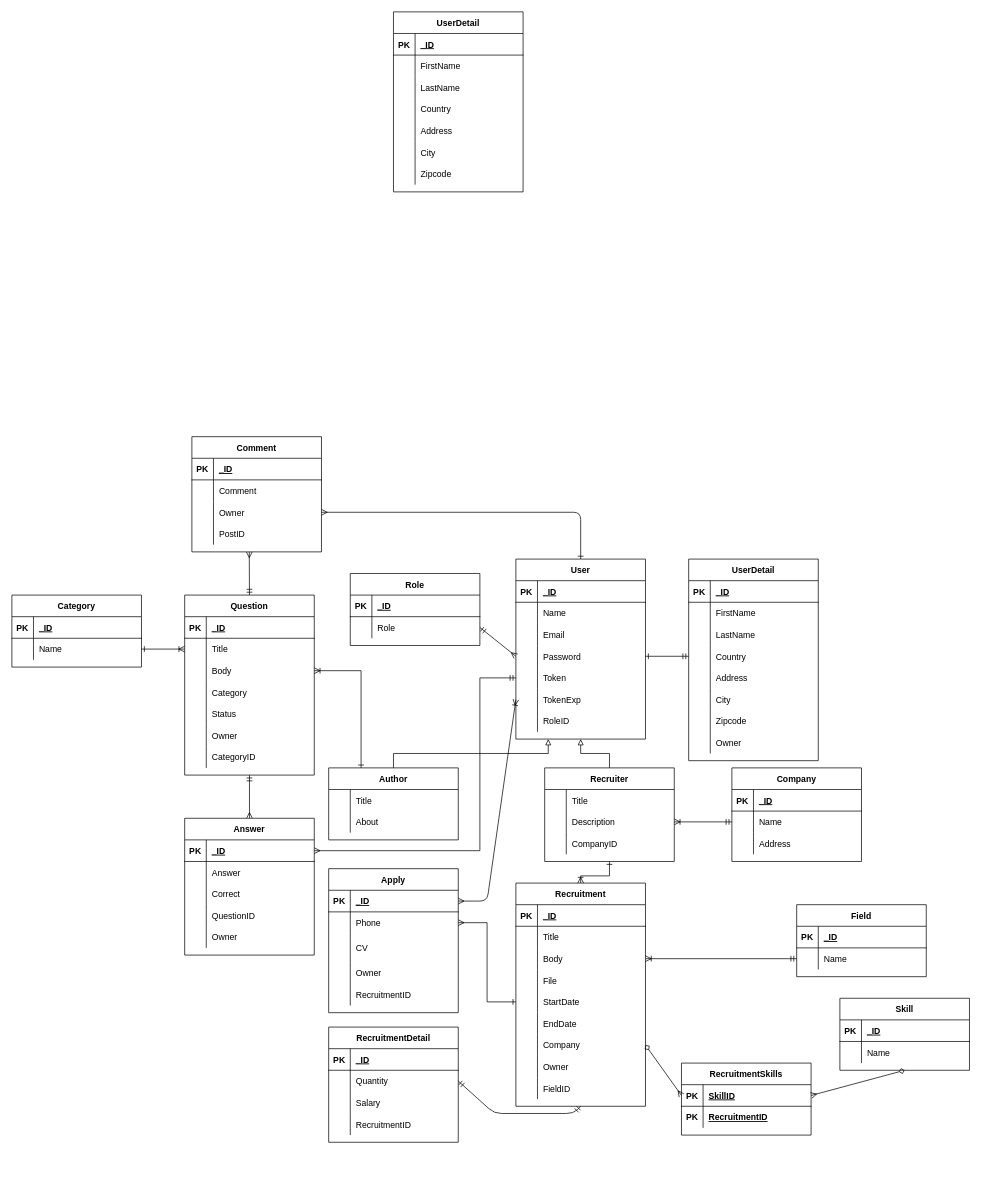
GuysKapen/ForumWeb keeps this draw.io diagram as page "PDM" (2 of 2) of schema.drawio. Above is the earlier version. Source tidied: cells renumbered, new cells numbered last; positions are measured from the earlier drawing's top-left corner, leaving out a move shared by most shapes. Both pictures are drawn from the tidied source at 72%, with x=0, y=0 at pixel (12, 12).
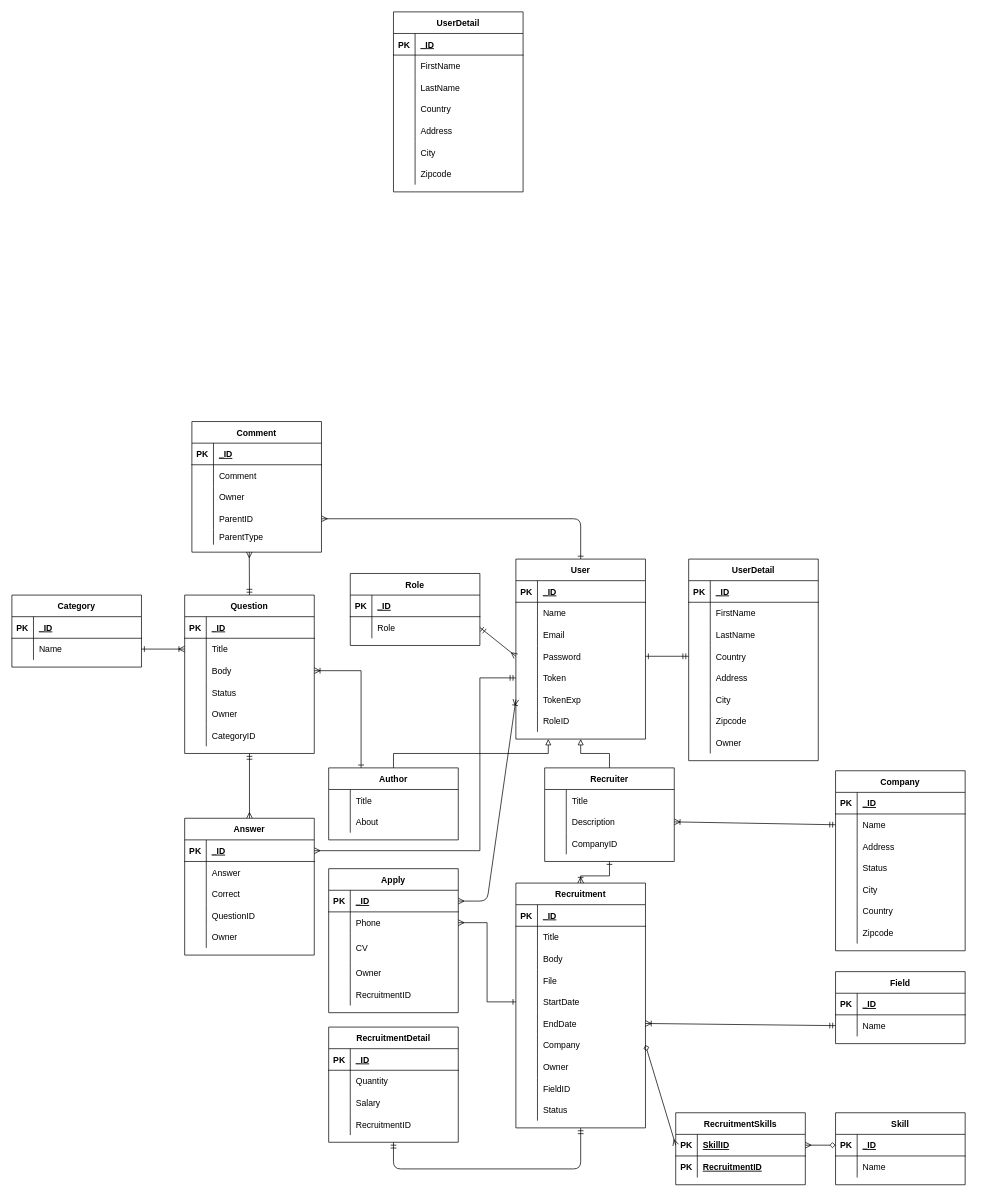
Above is the later version.

Unchanged cells that the change refers to:
```xml
<mxCell id="3" value="User" style="shape=table;startSize=30;childLayout=tableLayout;rowLines=0;fontStyle=1;align=center;" parent="1" vertex="1">
  <mxGeometry x="700" y="760" width="180" height="250" as="geometry" />
</mxCell>
<mxCell id="52" style="shape=partialRectangle;fillColor=none;top=0;left=0;bottom=1;right=0;points=[[0,0.5],[1,0.5]];portConstraint=eastwest;" parent="51" vertex="1">
  <mxGeometry y="30" width="180" height="30" as="geometry" />
</mxCell>
<mxCell id="62" style="shape=partialRectangle;fillColor=none;top=0;left=0;bottom=0;right=0;points=[[0,0.5],[1,0.5]];portConstraint=eastwest;" parent="58" vertex="1">
  <mxGeometry y="60" width="180" height="30" as="geometry" />
</mxCell>
<mxCell id="115" style="shape=partialRectangle;fillColor=none;top=0;left=0;bottom=0;right=0;points=[[0,0.5],[1,0.5]];portConstraint=eastwest;" parent="108" vertex="1">
  <mxGeometry y="90" width="180" height="30" as="geometry" />
</mxCell>
<mxCell id="124" style="shape=partialRectangle;fillColor=none;top=0;left=0;bottom=0;right=0;points=[[0,0.5],[1,0.5]];portConstraint=eastwest;" parent="108" vertex="1">
  <mxGeometry y="180" width="180" height="30" as="geometry" />
</mxCell>
<mxCell id="143" style="shape=partialRectangle;fillColor=none;top=0;left=0;bottom=0;right=0;points=[[0,0.5],[1,0.5]];portConstraint=eastwest;" parent="136" vertex="1">
  <mxGeometry y="90" width="180" height="30" as="geometry" />
</mxCell>
<mxCell id="146" style="shape=partialRectangle;fillColor=none;top=0;left=0;bottom=0;right=0;points=[[0,0.5],[1,0.5]];portConstraint=eastwest;" parent="136" vertex="1">
  <mxGeometry y="120" width="180" height="30" as="geometry" />
</mxCell>
<mxCell id="220" value="RecruitmentDetail" style="shape=table;startSize=30;childLayout=tableLayout;rowLines=0;fontStyle=1;align=center;" parent="1" vertex="1">
  <mxGeometry x="440" y="1410" width="180" height="160" as="geometry" />
</mxCell>
<mxCell id="224" style="shape=partialRectangle;fillColor=none;top=0;left=0;bottom=0;right=0;points=[[0,0.5],[1,0.5]];portConstraint=eastwest;" parent="220" vertex="1">
  <mxGeometry y="60" width="180" height="30" as="geometry" />
</mxCell>
<mxCell id="237" style="shape=partialRectangle;fillColor=none;top=0;left=0;bottom=1;right=0;points=[[0,0.5],[1,0.5]];portConstraint=eastwest;" parent="236" vertex="1">
  <mxGeometry y="30" width="180" height="30" as="geometry" />
</mxCell>
```

The edit, as a diff of the source:
```diff
@@
-    <mxCell id="2" style="edgeStyle=none;html=1;exitX=0.5;exitY=0;exitDx=0;exitDy=0;entryX=1;entryY=0.5;entryDx=0;entryDy=0;startArrow=ERone;startFill=0;endArrow=ERmany;endFill=0;" parent="1" edge="1" source="3" target="143">
+    <mxCell id="2" style="edgeStyle=none;html=1;exitX=0.5;exitY=0;exitDx=0;exitDy=0;entryX=1;entryY=0.5;entryDx=0;entryDy=0;startArrow=ERone;startFill=0;endArrow=ERmany;endFill=0;" parent="1" edge="1" source="3" target="146">
       <mxGeometry relative="1" as="geometry">
         <Array as="points">
-          <mxPoint x="790" y="695" />
+          <mxPoint x="790" y="704" />
         </Array>
       </mxGeometry>
     </mxCell>
@@
     <mxCell id="51" value="Skill" style="shape=table;startSize=30;childLayout=tableLayout;rowLines=0;fontStyle=1;align=center;" parent="1" vertex="1">
-      <mxGeometry x="1150" y="1370" width="180" height="100" as="geometry" />
+      <mxGeometry x="1144" y="1529" width="180" height="100" as="geometry" />
     </mxCell>
@@
     <mxCell id="58" value="Field" style="shape=table;startSize=30;childLayout=tableLayout;rowLines=0;fontStyle=1;align=center;" parent="1" vertex="1">
-      <mxGeometry x="1090" y="1240" width="180" height="100" as="geometry" />
+      <mxGeometry x="1144" y="1333" width="180" height="100" as="geometry" />
     </mxCell>
@@
     <mxCell id="72" value="Company" style="shape=table;startSize=30;childLayout=tableLayout;rowLines=0;fontStyle=1;align=center;" parent="1" vertex="1">
-      <mxGeometry x="1000" y="1050" width="180" height="130" as="geometry" />
+      <mxGeometry x="1144" y="1054" width="180" height="250" as="geometry" />
     </mxCell>
@@
+    <mxCell id="94" style="shape=partialRectangle;fillColor=none;top=0;left=0;bottom=0;right=0;" parent="72" vertex="1">
+      <mxGeometry y="120" width="180" height="30" as="geometry" />
+    </mxCell>
+    <mxCell id="262" style="shape=partialRectangle;fillColor=none;top=0;left=0;bottom=0;right=0;overflow=hidden;" parent="94" vertex="1">
+      <mxGeometry width="30" height="30" as="geometry" />
+    </mxCell>
+    <mxCell id="263" value="Status" style="shape=partialRectangle;fillColor=none;top=0;left=0;bottom=0;right=0;align=left;spacingLeft=6;overflow=hidden;" parent="94" vertex="1">
+      <mxGeometry x="30" width="150" height="30" as="geometry" />
+    </mxCell>
+    <mxCell id="264" style="shape=partialRectangle;fillColor=none;top=0;left=0;bottom=0;right=0;" parent="72" vertex="1">
+      <mxGeometry y="150" width="180" height="30" as="geometry" />
+    </mxCell>
+    <mxCell id="265" style="shape=partialRectangle;fillColor=none;top=0;left=0;bottom=0;right=0;overflow=hidden;" parent="264" vertex="1">
+      <mxGeometry width="30" height="30" as="geometry" />
+    </mxCell>
+    <mxCell id="266" value="City" style="shape=partialRectangle;fillColor=none;top=0;left=0;bottom=0;right=0;align=left;spacingLeft=6;overflow=hidden;" parent="264" vertex="1">
+      <mxGeometry x="30" width="150" height="30" as="geometry" />
+    </mxCell>
+    <mxCell id="267" style="shape=partialRectangle;fillColor=none;top=0;left=0;bottom=0;right=0;" parent="72" vertex="1">
+      <mxGeometry y="180" width="180" height="30" as="geometry" />
+    </mxCell>
+    <mxCell id="268" style="shape=partialRectangle;fillColor=none;top=0;left=0;bottom=0;right=0;overflow=hidden;" parent="267" vertex="1">
+      <mxGeometry width="30" height="30" as="geometry" />
+    </mxCell>
+    <mxCell id="269" value="Country" style="shape=partialRectangle;fillColor=none;top=0;left=0;bottom=0;right=0;align=left;spacingLeft=6;overflow=hidden;" parent="267" vertex="1">
+      <mxGeometry x="30" width="150" height="30" as="geometry" />
+    </mxCell>
+    <mxCell id="270" style="shape=partialRectangle;fillColor=none;top=0;left=0;bottom=0;right=0;" parent="72" vertex="1">
+      <mxGeometry y="210" width="180" height="30" as="geometry" />
+    </mxCell>
+    <mxCell id="271" style="shape=partialRectangle;fillColor=none;top=0;left=0;bottom=0;right=0;overflow=hidden;" parent="270" vertex="1">
+      <mxGeometry width="30" height="30" as="geometry" />
+    </mxCell>
+    <mxCell id="272" value="Zipcode" style="shape=partialRectangle;fillColor=none;top=0;left=0;bottom=0;right=0;align=left;spacingLeft=6;overflow=hidden;" parent="270" vertex="1">
+      <mxGeometry x="30" width="150" height="30" as="geometry" />
+    </mxCell>
@@
     <mxCell id="84" value="Question" style="shape=table;startSize=30;childLayout=tableLayout;rowLines=0;fontStyle=1;align=center;" parent="1" vertex="1">
-      <mxGeometry x="240" y="810" width="180" height="250" as="geometry" />
+      <mxGeometry x="240" y="810" width="180" height="220" as="geometry" />
     </mxCell>
@@
-    <mxCell id="94" style="shape=partialRectangle;fillColor=none;top=0;left=0;bottom=0;right=0;" parent="84" vertex="1">
-      <mxGeometry y="120" width="180" height="30" as="geometry" />
-    </mxCell>
-    <mxCell id="95" style="shape=partialRectangle;fillColor=none;top=0;left=0;bottom=0;right=0;overflow=hidden;" parent="94" vertex="1">
-      <mxGeometry width="30" height="30" as="geometry" />
-    </mxCell>
-    <mxCell id="96" value="Category" style="shape=partialRectangle;fillColor=none;top=0;left=0;bottom=0;right=0;align=left;spacingLeft=6;overflow=hidden;" parent="94" vertex="1">
-      <mxGeometry x="30" width="150" height="30" as="geometry" />
-    </mxCell>
     <mxCell id="97" style="shape=partialRectangle;fillColor=none;top=0;left=0;bottom=0;right=0;" parent="84" vertex="1">
-      <mxGeometry y="150" width="180" height="30" as="geometry" />
+      <mxGeometry y="120" width="180" height="30" as="geometry" />
     </mxCell>
@@
     <mxCell id="100" style="shape=partialRectangle;fillColor=none;top=0;left=0;bottom=0;right=0;" parent="84" vertex="1">
-      <mxGeometry y="180" width="180" height="30" as="geometry" />
+      <mxGeometry y="150" width="180" height="30" as="geometry" />
     </mxCell>
@@
     <mxCell id="103" style="shape=partialRectangle;fillColor=none;top=0;left=0;bottom=0;right=0;" parent="84" vertex="1">
-      <mxGeometry y="210" width="180" height="30" as="geometry" />
+      <mxGeometry y="180" width="180" height="30" as="geometry" />
     </mxCell>
@@
-    <mxCell id="107" style="edgeStyle=none;html=1;exitX=0.5;exitY=1;exitDx=0;exitDy=0;entryX=1;entryY=0.5;entryDx=0;entryDy=0;startArrow=ERmandOne;startFill=0;endArrow=ERmandOne;endFill=0;" parent="1" edge="1" source="108" target="224">
+    <mxCell id="107" style="edgeStyle=none;html=1;exitX=0.5;exitY=1;exitDx=0;exitDy=0;entryX=0.5;entryY=1;entryDx=0;entryDy=0;startArrow=ERmandOne;startFill=0;endArrow=ERmandOne;endFill=0;" parent="1" edge="1" source="108" target="220">
       <mxGeometry relative="1" as="geometry">
         <Array as="points">
-          <mxPoint x="780" y="1530" />
-          <mxPoint x="670" y="1530" />
+          <mxPoint x="790" y="1607" />
+          <mxPoint x="530" y="1607" />
         </Array>
       </mxGeometry>
     </mxCell>
     <mxCell id="108" value="Recruitment" style="shape=table;startSize=30;childLayout=tableLayout;rowLines=0;fontStyle=1;align=center;" parent="1" vertex="1">
-      <mxGeometry x="700" y="1210" width="180" height="310" as="geometry" />
+      <mxGeometry x="700" y="1210" width="180" height="340" as="geometry" />
     </mxCell>
@@
+    <mxCell id="273" style="shape=partialRectangle;fillColor=none;top=0;left=0;bottom=0;right=0;" parent="108" vertex="1">
+      <mxGeometry y="300" width="180" height="30" as="geometry" />
+    </mxCell>
+    <mxCell id="274" style="shape=partialRectangle;fillColor=none;top=0;left=0;bottom=0;right=0;overflow=hidden;" parent="273" vertex="1">
+      <mxGeometry width="30" height="30" as="geometry" />
+    </mxCell>
+    <mxCell id="275" value="Status" style="shape=partialRectangle;fillColor=none;top=0;left=0;bottom=0;right=0;align=left;spacingLeft=6;overflow=hidden;" parent="273" vertex="1">
+      <mxGeometry x="30" width="150" height="30" as="geometry" />
+    </mxCell>
     <mxCell id="136" value="Comment" style="shape=table;startSize=30;childLayout=tableLayout;rowLines=0;fontStyle=1;align=center;" parent="1" vertex="1">
-      <mxGeometry x="250" y="590" width="180" height="160" as="geometry" />
+      <mxGeometry x="250" y="569" width="180" height="181.4" as="geometry" />
     </mxCell>
@@
-    <mxCell id="148" value="PostID" style="shape=partialRectangle;fillColor=none;top=0;left=0;bottom=0;right=0;align=left;spacingLeft=6;overflow=hidden;" parent="146" vertex="1">
+    <mxCell id="148" value="ParentID" style="shape=partialRectangle;fillColor=none;top=0;left=0;bottom=0;right=0;align=left;spacingLeft=6;overflow=hidden;" parent="146" vertex="1">
       <mxGeometry x="30" width="150" height="30" as="geometry" />
     </mxCell>
+    <mxCell id="276" style="shape=partialRectangle;fillColor=none;top=0;left=0;bottom=0;right=0;" parent="136" vertex="1">
+      <mxGeometry y="150" width="180" height="21" as="geometry" />
+    </mxCell>
+    <mxCell id="277" style="shape=partialRectangle;fillColor=none;top=0;left=0;bottom=0;right=0;overflow=hidden;" parent="276" vertex="1">
+      <mxGeometry width="30" height="21" as="geometry" />
+    </mxCell>
+    <mxCell id="278" value="ParentType" style="shape=partialRectangle;fillColor=none;top=0;left=0;bottom=0;right=0;align=left;spacingLeft=6;overflow=hidden;" parent="276" vertex="1">
+      <mxGeometry x="30" width="150" height="21" as="geometry" />
+    </mxCell>
@@
-    <mxCell id="165" style="edgeStyle=none;html=1;exitX=1;exitY=0.5;exitDx=0;exitDy=0;entryX=0;entryY=0.5;entryDx=0;entryDy=0;startArrow=ERoneToMany;startFill=0;endArrow=ERmandOne;endFill=0;strokeColor=default;" parent="1" edge="1" source="115" target="62">
+    <mxCell id="165" style="edgeStyle=none;html=1;exitX=1;exitY=0.5;exitDx=0;exitDy=0;entryX=0;entryY=0.5;entryDx=0;entryDy=0;startArrow=ERoneToMany;startFill=0;endArrow=ERmandOne;endFill=0;strokeColor=default;" parent="1" edge="1" source="124" target="62">
       <mxGeometry relative="1" as="geometry" />
     </mxCell>
@@
     <mxCell id="236" value="RecruitmentSkills" style="shape=table;startSize=30;childLayout=tableLayout;rowLines=0;fontStyle=1;align=center;" parent="1" vertex="1">
-      <mxGeometry x="930" y="1460" width="180" height="100" as="geometry" />
+      <mxGeometry x="922" y="1529" width="180" height="100" as="geometry" />
     </mxCell>
@@
-    <mxCell id="243" style="edgeStyle=none;html=1;exitX=1;exitY=0.5;exitDx=0;exitDy=0;entryX=0.5;entryY=1;entryDx=0;entryDy=0;startArrow=ERmany;startFill=0;endArrow=diamond;endFill=0;" parent="1" edge="1" source="237" target="51">
+    <mxCell id="243" style="edgeStyle=none;html=1;exitX=1;exitY=0.5;exitDx=0;exitDy=0;entryX=0;entryY=0.5;entryDx=0;entryDy=0;startArrow=ERmany;startFill=0;endArrow=diamond;endFill=0;" parent="1" edge="1" source="237" target="52">
       <mxGeometry relative="1" as="geometry" />
     </mxCell>
```
